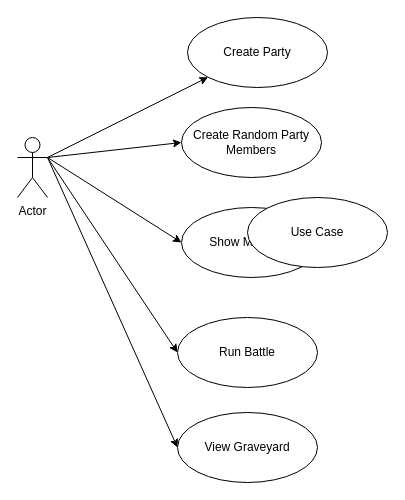
Above: WarriorsBattle.drawio in PatDue/WarriorsBattle (draw.io), before the change. Source tidied: cells renumbered, new cells numbered last; positions are measured from the earlier drawing's top-left corner, leaving out a move shared by most shapes. Both pictures are drawn from the tidied source at 100%, with x=0, y=0 at pixel (17, 17).
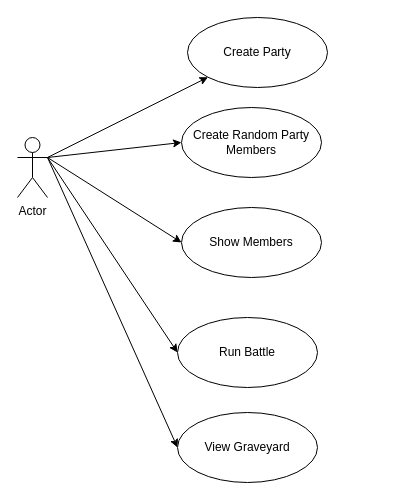
After the change.

What changed in the source:
```diff
@@
 <mxGraphModel>
   <root>
     <mxCell id="0" />
     <mxCell id="1" parent="0" />
     <mxCell id="2" style="rounded=0;jettySize=auto;html=1;exitX=1;exitY=0.3333333333333333;exitDx=0;exitDy=0;exitPerimeter=0;entryX=0;entryY=1;entryDx=0;entryDy=0;" parent="1" edge="1" source="7" target="8">
       <mxGeometry relative="1" as="geometry" />
     </mxCell>
     <mxCell id="3" style="edgeStyle=none;rounded=0;jettySize=auto;html=1;exitX=1;exitY=0.3333333333333333;exitDx=0;exitDy=0;exitPerimeter=0;entryX=0;entryY=0.5;entryDx=0;entryDy=0;" parent="1" edge="1" source="7" target="10">
       <mxGeometry relative="1" as="geometry" />
     </mxCell>
     <mxCell id="4" style="edgeStyle=none;rounded=0;jettySize=auto;html=1;exitX=1;exitY=0.3333333333333333;exitDx=0;exitDy=0;exitPerimeter=0;entryX=0;entryY=0.5;entryDx=0;entryDy=0;" parent="1" edge="1" source="7" target="9">
       <mxGeometry relative="1" as="geometry" />
     </mxCell>
     <mxCell id="5" style="edgeStyle=none;rounded=0;jettySize=auto;html=1;entryX=0;entryY=0.5;entryDx=0;entryDy=0;exitX=1;exitY=0.3333333333333333;exitDx=0;exitDy=0;exitPerimeter=0;" parent="1" edge="1" source="7" target="11">
       <mxGeometry relative="1" as="geometry" />
     </mxCell>
     <mxCell id="6" style="edgeStyle=none;rounded=0;jettySize=auto;html=1;exitX=1;exitY=0.3333333333333333;exitDx=0;exitDy=0;exitPerimeter=0;entryX=0;entryY=0.5;entryDx=0;entryDy=0;" parent="1" edge="1" source="7" target="13">
       <mxGeometry relative="1" as="geometry" />
     </mxCell>
     <mxCell id="7" value="Actor" style="shape=umlActor;verticalLabelPosition=bottom;verticalAlign=top;html=1;outlineConnect=0;" parent="1" vertex="1">
       <mxGeometry y="120" width="30" height="60" as="geometry" />
     </mxCell>
     <mxCell id="8" value="Create Party" style="ellipse;whiteSpace=wrap;html=1;" parent="1" vertex="1">
       <mxGeometry x="170" width="140" height="70" as="geometry" />
     </mxCell>
     <mxCell id="9" value="Show Members" style="ellipse;whiteSpace=wrap;html=1;" parent="1" vertex="1">
       <mxGeometry x="164" y="190" width="140" height="70" as="geometry" />
     </mxCell>
     <mxCell id="10" value="Create Random Party Members" style="ellipse;whiteSpace=wrap;html=1;" parent="1" vertex="1">
       <mxGeometry x="164" y="90" width="140" height="70" as="geometry" />
     </mxCell>
     <mxCell id="11" value="Run Battle" style="ellipse;whiteSpace=wrap;html=1;" parent="1" vertex="1">
       <mxGeometry x="160" y="300" width="140" height="70" as="geometry" />
     </mxCell>
-    <mxCell id="12" value="Use Case" style="ellipse;whiteSpace=wrap;html=1;" parent="1" vertex="1">
-      <mxGeometry x="230" y="180" width="140" height="70" as="geometry" />
-    </mxCell>
     <mxCell id="13" value="View Graveyard" style="ellipse;whiteSpace=wrap;html=1;" parent="1" vertex="1">
       <mxGeometry x="160" y="395" width="140" height="70" as="geometry" />
     </mxCell>
   </root>
 </mxGraphModel>
```
